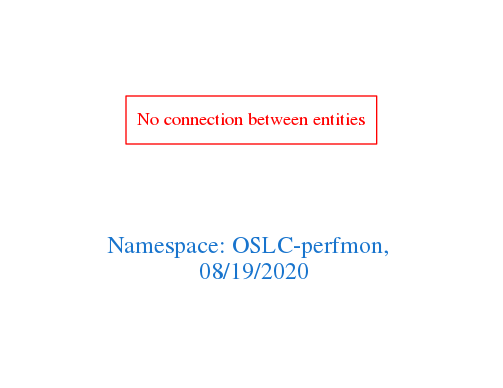
Before: downloads/OSLC-perfmon.png, a diagram exported from Graphviz (arago/OGIT). Its source is kept beside it as downloads/OSLC-perfmon.dot.
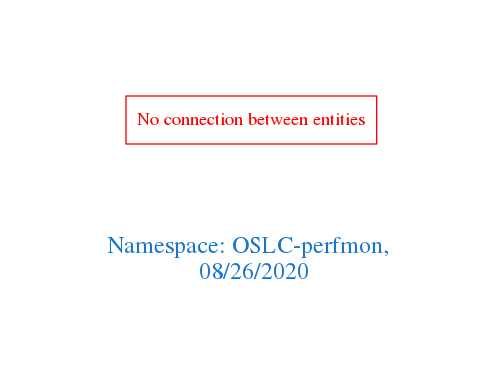
Above is the later version.

Diff of the diagram source:
```diff
@@ -1,7 +1,7 @@
 digraph OGIT_ontology {
  graph [ rankdir= LR,pad=1
 fontsize = 18,
-fontcolor= dodgerblue3,label = "\n\n\nNamespace: OSLC-perfmon, \n 08/19/2020"];
+fontcolor= dodgerblue3,label = "\n\n\nNamespace: OSLC-perfmon, \n 08/26/2020"];
 node[shape=polygon];
 edge [  color="gray81"];
 
```
